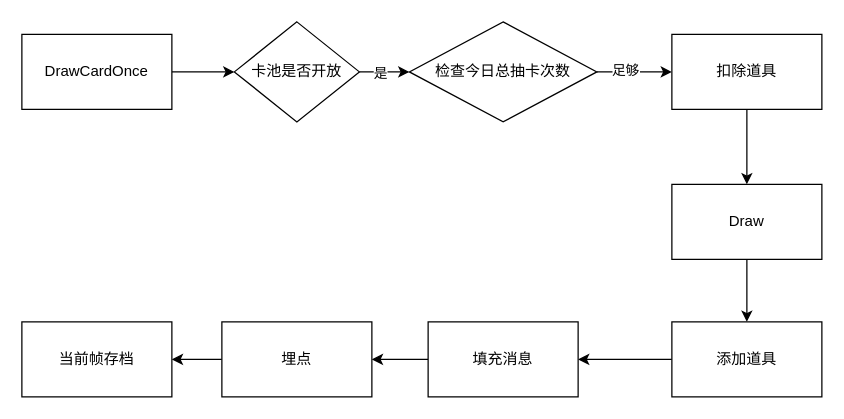
The draw.io diagram DrawOnce.drawio in ThreeIoDev/Draw.io, before the edit. Source tidied: cells renumbered, new cells numbered last; positions are measured from the earlier drawing's top-left corner, leaving out a move shared by most shapes. Both pictures are drawn from the tidied source at 125%, with x=0, y=0 at pixel (21, 21).
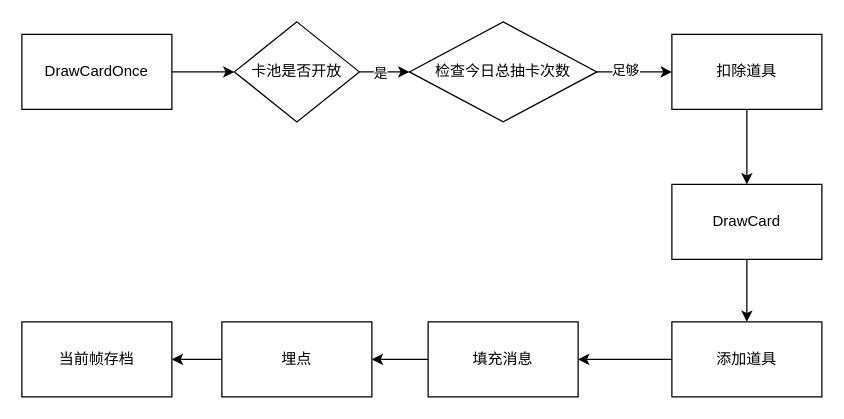
The same page after the edit.

Change to the diagram source:
```diff
@@
-    <mxCell id="13" value="Draw" style="whiteSpace=wrap;html=1;" parent="1" vertex="1">
+    <mxCell id="13" value="DrawCard" style="whiteSpace=wrap;html=1;" parent="1" vertex="1">
       <mxGeometry x="520" y="130" width="120" height="60" as="geometry" />
     </mxCell>
```
